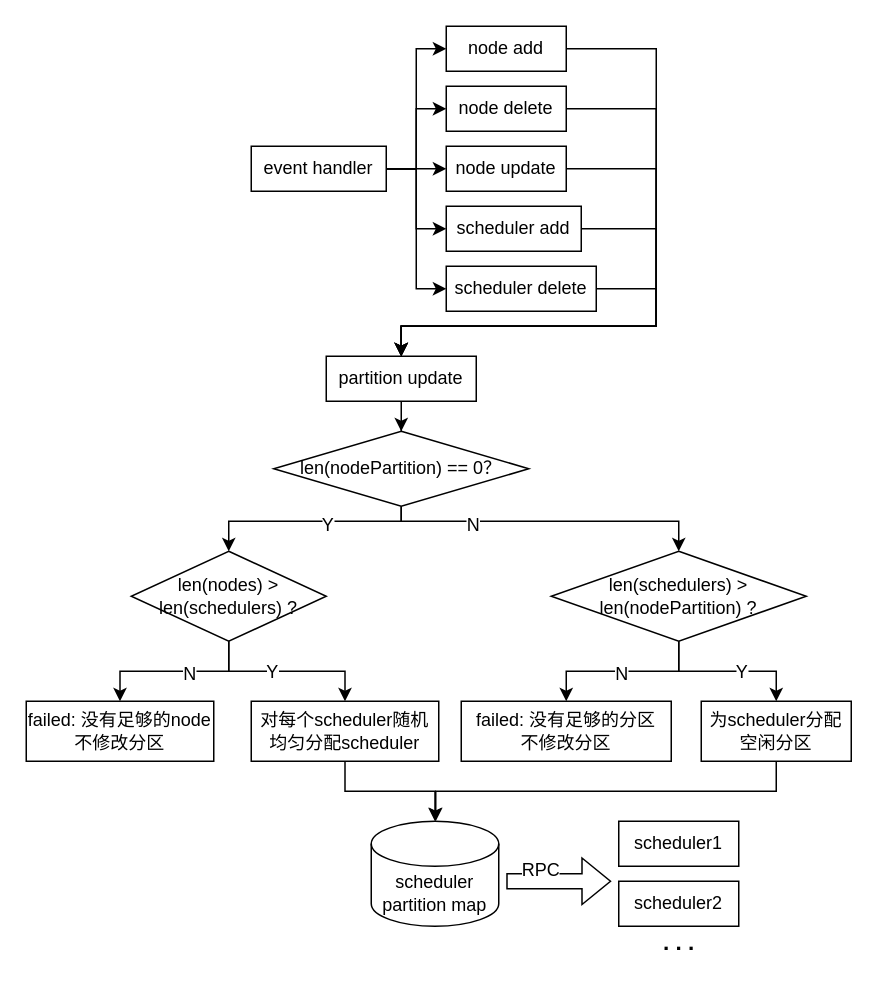
AgentGuo/flow_chart keeps this draw.io diagram as page "Page-1" (1 of 4) of 毕业设计/各个功能模块的实现.drawio. Above is the earlier version. Source tidied: cells renumbered, new cells numbered last; positions are measured from the earlier drawing's top-left corner, leaving out a move shared by most shapes. Both pictures are drawn from the tidied source at 150%, with x=0, y=0 at pixel (26, 26).
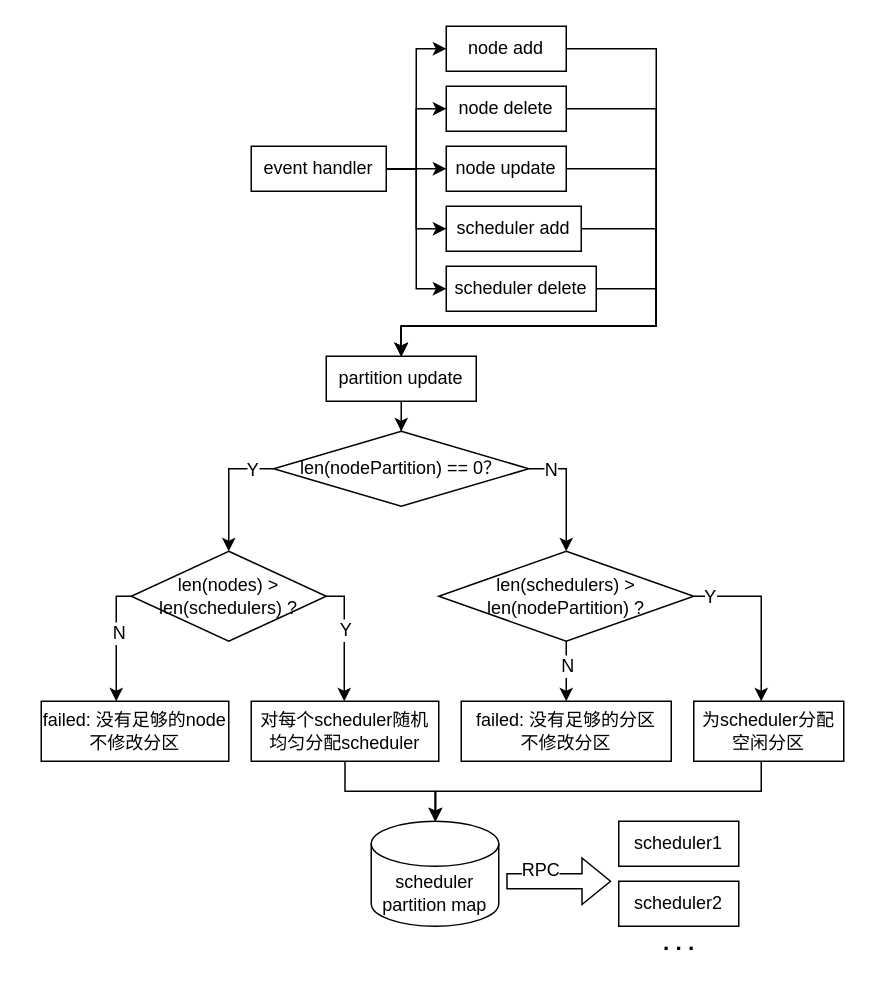
After the change.

The change refers to these unchanged cells:
```xml
<mxCell id="24" value="len(nodePartition) == 0？" style="rhombus;whiteSpace=wrap;html=1;" parent="1" vertex="1">
  <mxGeometry x="165" y="270" width="170" height="50" as="geometry" />
</mxCell>
<mxCell id="29" value="&lt;span&gt;len(nodes) &amp;gt; len(schedulers) ?&lt;/span&gt;" style="rhombus;whiteSpace=wrap;html=1;" parent="1" vertex="1">
  <mxGeometry x="70" y="350" width="130" height="60" as="geometry" />
</mxCell>
<mxCell id="32" value="对每个scheduler随机均匀分配scheduler" style="whiteSpace=wrap;html=1;" parent="1" vertex="1">
  <mxGeometry x="150" y="450" width="125" height="40" as="geometry" />
</mxCell>
<mxCell id="33" style="edgeStyle=orthogonalEdgeStyle;rounded=0;jettySize=auto;html=1;" parent="1" edge="1" source="37" target="38">
  <mxGeometry relative="1" as="geometry" />
</mxCell>
<mxCell id="41" value="scheduler&lt;br&gt;partition map" style="shape=cylinder3;whiteSpace=wrap;html=1;boundedLbl=1;backgroundOutline=1;size=15;" parent="1" vertex="1">
  <mxGeometry x="230" y="530" width="85" height="70" as="geometry" />
</mxCell>
```

Diff of the diagram source:
```diff
@@
     <mxCell id="20" style="edgeStyle=orthogonalEdgeStyle;rounded=0;jettySize=auto;html=1;" parent="1" edge="1" source="24" target="29">
       <mxGeometry relative="1" as="geometry">
         <Array as="points">
-          <mxPoint x="250" y="330" />
-          <mxPoint x="135" y="330" />
+          <mxPoint x="135" y="295" />
         </Array>
       </mxGeometry>
     </mxCell>
     <mxCell id="21" value="Y" style="edgeLabel;html=1;align=center;verticalAlign=middle;fontSize=12;" parent="20" vertex="1">
       <mxGeometry x="0.03" y="2" relative="1" as="geometry">
-        <mxPoint x="15" as="offset" />
+        <mxPoint x="13" y="-14" as="offset" />
       </mxGeometry>
     </mxCell>
-    <mxCell id="22" style="edgeStyle=orthogonalEdgeStyle;rounded=0;jettySize=auto;html=1;" parent="1" edge="1" source="24" target="37">
+    <mxCell id="22" style="edgeStyle=orthogonalEdgeStyle;rounded=0;jettySize=auto;html=1;exitX=1;exitY=0.5;exitDx=0;exitDy=0;entryX=0.5;entryY=0;entryDx=0;entryDy=0;" parent="1" edge="1" source="24" target="37">
       <mxGeometry relative="1" as="geometry">
         <Array as="points">
-          <mxPoint x="250" y="330" />
-          <mxPoint x="435" y="330" />
+          <mxPoint x="360" y="295" />
         </Array>
       </mxGeometry>
     </mxCell>
     <mxCell id="23" value="N" style="edgeLabel;html=1;align=center;verticalAlign=middle;fontSize=12;" parent="22" vertex="1">
-      <mxGeometry x="-0.47" y="-2" relative="1" as="geometry" />
+      <mxGeometry x="-0.47" y="-2" relative="1" as="geometry">
+        <mxPoint x="-7" y="-2" as="offset" />
+      </mxGeometry>
     </mxCell>
@@
     <mxCell id="25" style="edgeStyle=orthogonalEdgeStyle;rounded=0;jettySize=auto;html=1;" parent="1" edge="1" source="29" target="32">
-      <mxGeometry relative="1" as="geometry" />
+      <mxGeometry relative="1" as="geometry">
+        <Array as="points">
+          <mxPoint x="212" y="380" />
+        </Array>
+      </mxGeometry>
     </mxCell>
@@
     <mxCell id="27" style="edgeStyle=orthogonalEdgeStyle;rounded=0;jettySize=auto;html=1;" parent="1" edge="1" source="29" target="30">
-      <mxGeometry relative="1" as="geometry" />
+      <mxGeometry relative="1" as="geometry">
+        <Array as="points">
+          <mxPoint x="60" y="380" />
+        </Array>
+      </mxGeometry>
     </mxCell>
@@
     <mxCell id="30" value="failed: 没有足够的node&lt;br&gt;不修改分区" style="whiteSpace=wrap;html=1;" parent="1" vertex="1">
-      <mxGeometry y="450" width="125" height="40" as="geometry" />
+      <mxGeometry x="10" y="450" width="125" height="40" as="geometry" />
     </mxCell>
@@
     <mxCell id="34" value="N" style="edgeLabel;html=1;align=center;verticalAlign=middle;fontSize=12;" parent="33" vertex="1">
       <mxGeometry x="-0.21" y="1" relative="1" as="geometry">
-        <mxPoint x="-14" as="offset" />
+        <mxPoint x="-1" as="offset" />
       </mxGeometry>
     </mxCell>
     <mxCell id="35" style="edgeStyle=orthogonalEdgeStyle;rounded=0;jettySize=auto;html=1;" parent="1" edge="1" source="37" target="40">
-      <mxGeometry relative="1" as="geometry" />
+      <mxGeometry relative="1" as="geometry">
+        <Array as="points">
+          <mxPoint x="490" y="380" />
+        </Array>
+      </mxGeometry>
     </mxCell>
     <mxCell id="36" value="Y" style="edgeLabel;html=1;align=center;verticalAlign=middle;fontSize=12;" parent="35" vertex="1">
-      <mxGeometry x="0.16" relative="1" as="geometry" />
+      <mxGeometry x="0.16" relative="1" as="geometry">
+        <mxPoint x="-35" y="-22" as="offset" />
+      </mxGeometry>
     </mxCell>
     <mxCell id="37" value="&lt;span&gt;len(&lt;/span&gt;schedulers&lt;span&gt;) &amp;gt; len(nodePartition) ?&lt;/span&gt;" style="rhombus;whiteSpace=wrap;html=1;" parent="1" vertex="1">
-      <mxGeometry x="350" y="350" width="170" height="60" as="geometry" />
+      <mxGeometry x="275" y="350" width="170" height="60" as="geometry" />
     </mxCell>
@@
     <mxCell id="39" style="edgeStyle=orthogonalEdgeStyle;rounded=0;jettySize=auto;html=1;" parent="1" edge="1" source="40" target="41">
       <mxGeometry relative="1" as="geometry">
         <Array as="points">
-          <mxPoint x="500" y="510" />
+          <mxPoint x="490" y="510" />
           <mxPoint x="273" y="510" />
         </Array>
       </mxGeometry>
     </mxCell>
     <mxCell id="40" value="为scheduler分配空闲分区" style="whiteSpace=wrap;html=1;" parent="1" vertex="1">
-      <mxGeometry x="450" y="450" width="100" height="40" as="geometry" />
+      <mxGeometry x="445" y="450" width="100" height="40" as="geometry" />
     </mxCell>
```
